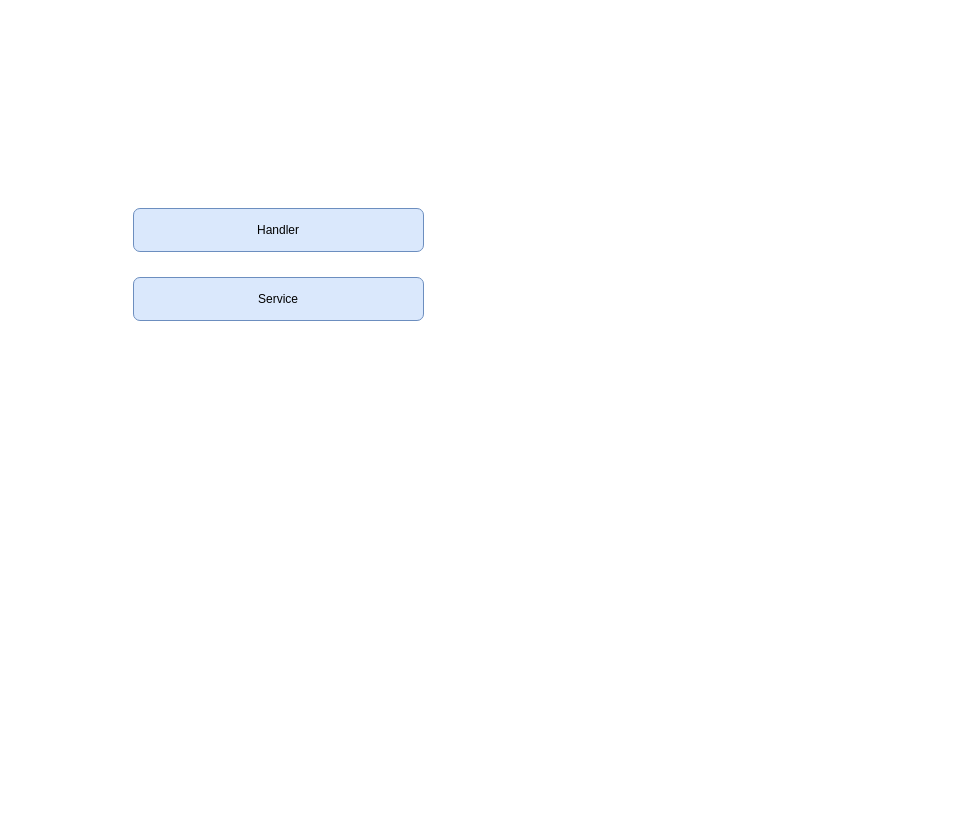
Earlier version of the draw.io diagram page "整体架构图" (1 of 2) of tiktok.drawio (Kpole/draw.io). Source tidied: cells renumbered, new cells numbered last; positions are measured from the earlier drawing's top-left corner, leaving out a move shared by most shapes. Both pictures are drawn from the tidied source at 100%, with x=0, y=0 at pixel (133, 208). Pictures stored in the file or linked from it are replaced by grey dashed boxes.
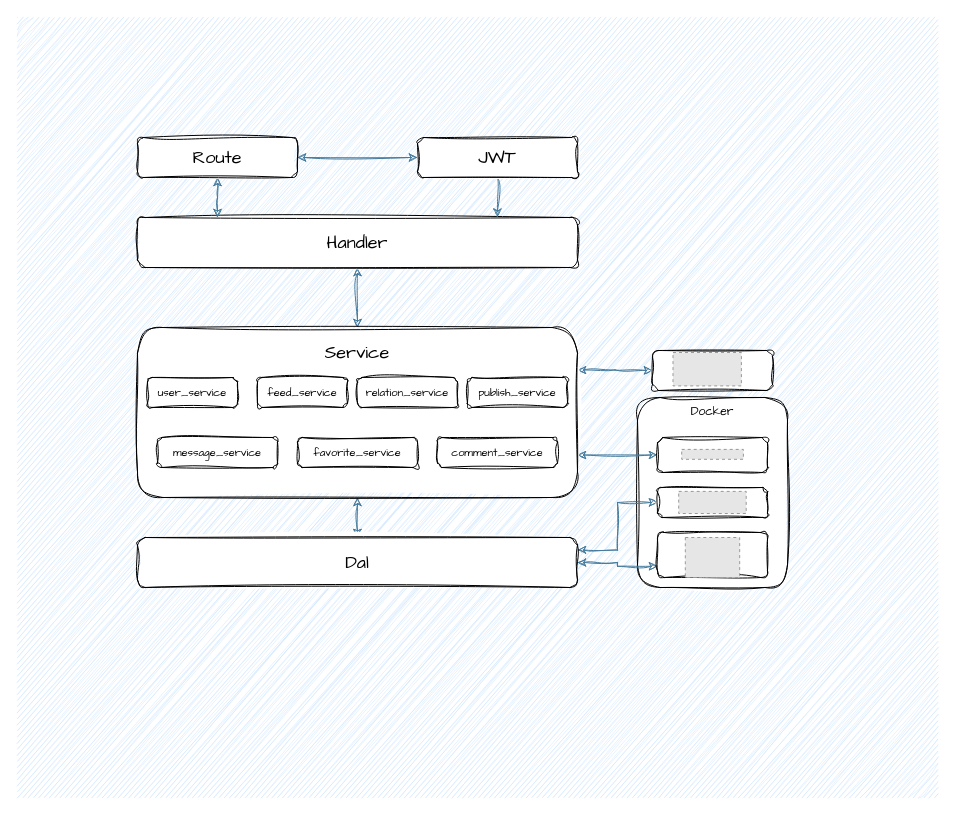
The same diagram, later.

Change to the diagram source:
```diff
@@
+    <mxCell id="4" style="rounded=0;whiteSpace=wrap;html=1;sketch=1;hachureGap=4;jiggle=2;curveFitting=1;strokeColor=none;strokeWidth=1;fontFamily=Comic Sans MS;fontSize=18;fillColor=#cce5ff;" parent="1" vertex="1">
+      <mxGeometry x="-116" y="-191" width="920" height="780" as="geometry" />
+    </mxCell>
+    <mxCell id="5" style="edgeStyle=orthogonalEdgeStyle;rounded=0;sketch=1;hachureGap=4;jiggle=2;curveFitting=1;jettySize=auto;html=1;exitX=0.5;exitY=1;exitDx=0;exitDy=0;strokeColor=#457B9D;fontFamily=Comic Sans MS;fontSize=11;fontColor=none;startArrow=classic;startFill=1;fillColor=#A8DADC;" parent="1" edge="1" source="2" target="3">
+      <mxGeometry relative="1" as="geometry" />
+    </mxCell>
+    <mxCell id="6" style="rounded=1;whiteSpace=wrap;html=1;labelBackgroundColor=none;sketch=1;hachureGap=4;jiggle=2;curveFitting=1;strokeWidth=1;fontFamily=Comic Sans MS;fontSize=12;" parent="1" vertex="1">
+      <mxGeometry x="504" y="189" width="150" height="190" as="geometry" />
+    </mxCell>
-    <mxCell id="2" value="Handler" style="rounded=1;whiteSpace=wrap;html=1;fillColor=#dae8fc;strokeColor=#6c8ebf;" parent="1" vertex="1">
-      <mxGeometry width="290" height="43" as="geometry" />
+    <mxCell id="2" value="&lt;font style=&quot;font-size: 18px;&quot;&gt;Handler&lt;/font&gt;" style="rounded=1;whiteSpace=wrap;html=1;shadow=0;labelBackgroundColor=none;sketch=1;curveFitting=1;jiggle=2;strokeWidth=1;fontFamily=Comic Sans MS;" parent="1" vertex="1">
+      <mxGeometry x="4" y="9" width="440" height="50" as="geometry" />
     </mxCell>
+    <mxCell id="7" style="edgeStyle=orthogonalEdgeStyle;rounded=0;sketch=1;hachureGap=4;jiggle=2;curveFitting=1;jettySize=auto;html=1;exitX=0.5;exitY=1;exitDx=0;exitDy=0;entryX=0.5;entryY=0;entryDx=0;entryDy=0;strokeColor=#457B9D;fontFamily=Comic Sans MS;fontSize=18;fontColor=none;startArrow=classic;startFill=1;fillColor=#A8DADC;" parent="1" edge="1" source="3" target="26">
+      <mxGeometry relative="1" as="geometry" />
+    </mxCell>
+    <mxCell id="8" style="edgeStyle=orthogonalEdgeStyle;rounded=0;sketch=1;hachureGap=4;jiggle=2;curveFitting=1;jettySize=auto;html=1;exitX=1;exitY=0.75;exitDx=0;exitDy=0;entryX=0;entryY=0.5;entryDx=0;entryDy=0;strokeColor=#457B9D;fontFamily=Comic Sans MS;fontSize=12;fontColor=none;startArrow=classic;startFill=1;fillColor=#A8DADC;" parent="1" edge="1" source="3" target="29">
+      <mxGeometry relative="1" as="geometry" />
+    </mxCell>
+    <mxCell id="9" style="edgeStyle=orthogonalEdgeStyle;rounded=0;sketch=1;hachureGap=4;jiggle=2;curveFitting=1;jettySize=auto;html=1;exitX=1;exitY=0.25;exitDx=0;exitDy=0;entryX=0;entryY=0.5;entryDx=0;entryDy=0;strokeColor=#457B9D;fontFamily=Comic Sans MS;fontSize=12;fontColor=none;startArrow=classic;startFill=1;fillColor=#A8DADC;" parent="1" edge="1" source="3" target="32">
+      <mxGeometry relative="1" as="geometry" />
+    </mxCell>
-    <mxCell id="3" value="Service" style="rounded=1;whiteSpace=wrap;html=1;fillColor=#dae8fc;strokeColor=#6c8ebf;" parent="1" vertex="1">
-      <mxGeometry y="69" width="290" height="43" as="geometry" />
+    <mxCell id="3" style="rounded=1;whiteSpace=wrap;html=1;shadow=0;labelBackgroundColor=none;sketch=1;curveFitting=1;jiggle=2;strokeWidth=1;fontFamily=Comic Sans MS;" parent="1" vertex="1">
+      <mxGeometry x="4" y="119" width="440" height="170" as="geometry" />
     </mxCell>
+    <mxCell id="10" style="edgeStyle=orthogonalEdgeStyle;rounded=0;sketch=1;hachureGap=4;jiggle=2;curveFitting=1;jettySize=auto;html=1;exitX=0.5;exitY=1;exitDx=0;exitDy=0;entryX=0.818;entryY=-0.006;entryDx=0;entryDy=0;entryPerimeter=0;strokeColor=#457B9D;fontFamily=Comic Sans MS;fontSize=12;fontColor=none;startArrow=none;startFill=0;fillColor=#A8DADC;" parent="1" edge="1" source="11" target="2">
+      <mxGeometry relative="1" as="geometry" />
+    </mxCell>
+    <mxCell id="11" value="&lt;font style=&quot;font-size: 18px;&quot;&gt;JWT&lt;/font&gt;" style="rounded=1;whiteSpace=wrap;html=1;shadow=0;labelBackgroundColor=none;sketch=1;curveFitting=1;jiggle=2;strokeWidth=1;fontFamily=Comic Sans MS;" parent="1" vertex="1">
+      <mxGeometry x="284" y="-71" width="160" height="40" as="geometry" />
+    </mxCell>
+    <mxCell id="12" style="edgeStyle=orthogonalEdgeStyle;rounded=0;sketch=1;hachureGap=4;jiggle=2;curveFitting=1;jettySize=auto;html=1;exitX=1;exitY=0.5;exitDx=0;exitDy=0;strokeColor=#457B9D;fontFamily=Comic Sans MS;fontSize=18;fontColor=#1D3557;fillColor=#A8DADC;startArrow=classic;startFill=1;" parent="1" edge="1" source="15" target="11">
+      <mxGeometry relative="1" as="geometry" />
+    </mxCell>
+    <mxCell id="13" style="edgeStyle=orthogonalEdgeStyle;rounded=0;sketch=1;hachureGap=4;jiggle=2;curveFitting=1;jettySize=auto;html=1;exitX=0.5;exitY=1;exitDx=0;exitDy=0;strokeColor=#457B9D;fontFamily=Comic Sans MS;fontSize=11;fontColor=#1D3557;startArrow=classic;startFill=1;fillColor=#A8DADC;" parent="1" edge="1" source="15">
+      <mxGeometry relative="1" as="geometry">
+        <mxPoint x="84" y="9" as="targetPoint" />
+      </mxGeometry>
+    </mxCell>
+    <mxCell id="14" value="Text" style="edgeLabel;html=1;align=center;verticalAlign=middle;fontSize=11;fontFamily=Comic Sans MS;fontColor=none;noLabel=1;labelBackgroundColor=none;" parent="13" vertex="1">
+      <mxGeometry x="-0.06" relative="1" as="geometry">
+        <mxPoint x="20" as="offset" />
+      </mxGeometry>
+    </mxCell>
+    <mxCell id="15" value="Route" style="rounded=1;whiteSpace=wrap;html=1;sketch=1;hachureGap=4;jiggle=2;curveFitting=1;strokeWidth=1;fontFamily=Comic Sans MS;fontSize=18;" parent="1" vertex="1">
+      <mxGeometry x="4" y="-71" width="160" height="40" as="geometry" />
+    </mxCell>
+    <mxCell id="16" value="Service" style="text;html=1;strokeColor=none;fillColor=none;align=center;verticalAlign=middle;whiteSpace=wrap;rounded=0;labelBackgroundColor=none;sketch=1;hachureGap=4;jiggle=2;curveFitting=1;strokeWidth=1;fontFamily=Comic Sans MS;fontSize=18;fontColor=none;" parent="1" vertex="1">
+      <mxGeometry x="194" y="129" width="60" height="30" as="geometry" />
+    </mxCell>
+    <mxCell id="17" value="user_service" style="rounded=1;whiteSpace=wrap;html=1;labelBackgroundColor=none;sketch=1;hachureGap=4;jiggle=2;curveFitting=1;strokeWidth=1;fontFamily=Comic Sans MS;fontSize=11;" parent="1" vertex="1">
+      <mxGeometry x="14" y="169" width="90" height="30" as="geometry" />
+    </mxCell>
+    <mxCell id="18" value="relation_service" style="rounded=1;whiteSpace=wrap;html=1;labelBackgroundColor=none;sketch=1;hachureGap=4;jiggle=2;curveFitting=1;strokeWidth=1;fontFamily=Comic Sans MS;fontSize=11;" parent="1" vertex="1">
+      <mxGeometry x="224" y="169" width="100" height="30" as="geometry" />
+    </mxCell>
+    <mxCell id="19" value="publish_service" style="rounded=1;whiteSpace=wrap;html=1;labelBackgroundColor=none;sketch=1;hachureGap=4;jiggle=2;curveFitting=1;strokeWidth=1;fontFamily=Comic Sans MS;fontSize=11;" parent="1" vertex="1">
+      <mxGeometry x="334" y="169" width="100" height="30" as="geometry" />
+    </mxCell>
+    <mxCell id="20" value="message_service" style="rounded=1;whiteSpace=wrap;html=1;labelBackgroundColor=none;sketch=1;hachureGap=4;jiggle=2;curveFitting=1;strokeWidth=1;fontFamily=Comic Sans MS;fontSize=11;" parent="1" vertex="1">
+      <mxGeometry x="24" y="229" width="120" height="30" as="geometry" />
+    </mxCell>
+    <mxCell id="21" value="favorite_service" style="rounded=1;whiteSpace=wrap;html=1;labelBackgroundColor=none;sketch=1;hachureGap=4;jiggle=2;curveFitting=1;strokeWidth=1;fontFamily=Comic Sans MS;fontSize=11;" parent="1" vertex="1">
+      <mxGeometry x="164" y="229" width="120" height="30" as="geometry" />
+    </mxCell>
+    <mxCell id="22" value="comment_service" style="rounded=1;whiteSpace=wrap;html=1;labelBackgroundColor=none;sketch=1;hachureGap=4;jiggle=2;curveFitting=1;strokeWidth=1;fontFamily=Comic Sans MS;fontSize=11;" parent="1" vertex="1">
+      <mxGeometry x="304" y="229" width="120" height="30" as="geometry" />
+    </mxCell>
+    <mxCell id="23" value="feed_service" style="rounded=1;whiteSpace=wrap;html=1;labelBackgroundColor=none;sketch=1;hachureGap=4;jiggle=2;curveFitting=1;strokeWidth=1;fontFamily=Comic Sans MS;fontSize=11;" parent="1" vertex="1">
+      <mxGeometry x="124" y="169" width="90" height="30" as="geometry" />
+    </mxCell>
+    <mxCell id="24" style="edgeStyle=orthogonalEdgeStyle;rounded=0;sketch=1;hachureGap=4;jiggle=2;curveFitting=1;jettySize=auto;html=1;exitX=1;exitY=0.5;exitDx=0;exitDy=0;entryX=0;entryY=0.75;entryDx=0;entryDy=0;strokeColor=#457B9D;fontFamily=Comic Sans MS;fontSize=12;fontColor=none;startArrow=classic;startFill=1;fillColor=#A8DADC;" parent="1" edge="1" source="26" target="35">
+      <mxGeometry relative="1" as="geometry" />
+    </mxCell>
+    <mxCell id="25" style="edgeStyle=orthogonalEdgeStyle;rounded=0;sketch=1;hachureGap=4;jiggle=2;curveFitting=1;jettySize=auto;html=1;exitX=1;exitY=0.25;exitDx=0;exitDy=0;entryX=0;entryY=0.5;entryDx=0;entryDy=0;strokeColor=#457B9D;fontFamily=Comic Sans MS;fontSize=12;fontColor=none;startArrow=classic;startFill=1;fillColor=#A8DADC;" parent="1" edge="1" source="26" target="38">
+      <mxGeometry relative="1" as="geometry" />
+    </mxCell>
+    <mxCell id="26" style="rounded=1;whiteSpace=wrap;html=1;labelBackgroundColor=none;sketch=1;hachureGap=4;jiggle=2;curveFitting=1;strokeWidth=1;fontFamily=Comic Sans MS;fontSize=18;" parent="1" vertex="1">
+      <mxGeometry x="4" y="329" width="440" height="50" as="geometry" />
+    </mxCell>
+    <mxCell id="27" value="Dal" style="text;html=1;strokeColor=none;fillColor=none;align=center;verticalAlign=middle;whiteSpace=wrap;rounded=0;labelBackgroundColor=none;sketch=1;hachureGap=4;jiggle=2;curveFitting=1;strokeWidth=1;fontFamily=Comic Sans MS;fontSize=18;fontColor=none;" parent="1" vertex="1">
+      <mxGeometry x="194" y="339" width="60" height="30" as="geometry" />
+    </mxCell>
+    <mxCell id="28" style="group;" parent="1" vertex="1">
+      <mxGeometry x="524" y="229" width="110" height="35" as="geometry" />
+    </mxCell>
+    <mxCell id="29" style="rounded=1;whiteSpace=wrap;html=1;labelBackgroundColor=none;sketch=1;hachureGap=4;jiggle=2;curveFitting=1;strokeWidth=1;fontFamily=Comic Sans MS;fontSize=18;" parent="28" vertex="1">
+      <mxGeometry width="110" height="35" as="geometry" />
+    </mxCell>
+    <mxCell id="30" style="fillColor=#E6E6E6;strokeColor=#999999;dashed=1;verticalLabelPosition=bottom;labelBackgroundColor=default;verticalAlign=top;" parent="28" vertex="1">
+      <mxGeometry x="24.2" y="11.9" width="61.7" height="9.9" as="geometry" />
+    </mxCell>
+    <mxCell id="31" style="group;" parent="1" vertex="1">
+      <mxGeometry x="519" y="142" width="120" height="40" as="geometry" />
+    </mxCell>
+    <mxCell id="32" style="rounded=1;whiteSpace=wrap;html=1;labelBackgroundColor=none;sketch=1;hachureGap=4;jiggle=2;curveFitting=1;strokeWidth=1;fontFamily=Comic Sans MS;fontSize=12;" parent="31" vertex="1">
+      <mxGeometry width="120" height="40" as="geometry" />
+    </mxCell>
+    <mxCell id="33" style="fillColor=#E6E6E6;strokeColor=#999999;dashed=1;verticalLabelPosition=bottom;labelBackgroundColor=default;verticalAlign=top;" parent="31" vertex="1">
+      <mxGeometry x="20.5" y="2" width="68.4" height="33.4" as="geometry" />
+    </mxCell>
+    <mxCell id="34" style="group;" parent="1" vertex="1">
+      <mxGeometry x="524" y="309" width="110" height="60" as="geometry" />
+    </mxCell>
+    <mxCell id="35" style="rounded=1;whiteSpace=wrap;html=1;labelBackgroundColor=none;sketch=1;hachureGap=4;jiggle=2;curveFitting=1;strokeWidth=1;fontFamily=Comic Sans MS;fontSize=12;" parent="34" vertex="1">
+      <mxGeometry y="15" width="110" height="45" as="geometry" />
+    </mxCell>
+    <mxCell id="36" style="fillColor=#E6E6E6;strokeColor=#999999;dashed=1;verticalLabelPosition=bottom;labelBackgroundColor=default;verticalAlign=top;" parent="34" vertex="1">
+      <mxGeometry x="27.8" y="20" width="54.4" height="40" as="geometry" />
+    </mxCell>
+    <mxCell id="37" style="group;" parent="1" vertex="1">
+      <mxGeometry x="524" y="279" width="110" height="30" as="geometry" />
+    </mxCell>
+    <mxCell id="38" style="rounded=1;whiteSpace=wrap;html=1;labelBackgroundColor=none;sketch=1;hachureGap=4;jiggle=2;curveFitting=1;strokeWidth=1;fontFamily=Comic Sans MS;fontSize=12;" parent="37" vertex="1">
+      <mxGeometry width="110" height="30" as="geometry" />
+    </mxCell>
+    <mxCell id="39" style="fillColor=#E6E6E6;strokeColor=#999999;dashed=1;verticalLabelPosition=bottom;labelBackgroundColor=default;verticalAlign=top;" parent="37" vertex="1">
+      <mxGeometry x="21.2" y="3.9" width="67.5" height="22.1" as="geometry" />
+    </mxCell>
+    <mxCell id="40" value="Docker" style="text;html=1;strokeColor=none;fillColor=none;align=center;verticalAlign=middle;whiteSpace=wrap;rounded=0;labelBackgroundColor=none;sketch=1;hachureGap=4;jiggle=2;curveFitting=1;strokeWidth=1;fontFamily=Comic Sans MS;fontSize=12;fontColor=none;" parent="1" vertex="1">
+      <mxGeometry x="549" y="189" width="60" height="30" as="geometry" />
+    </mxCell>
```
